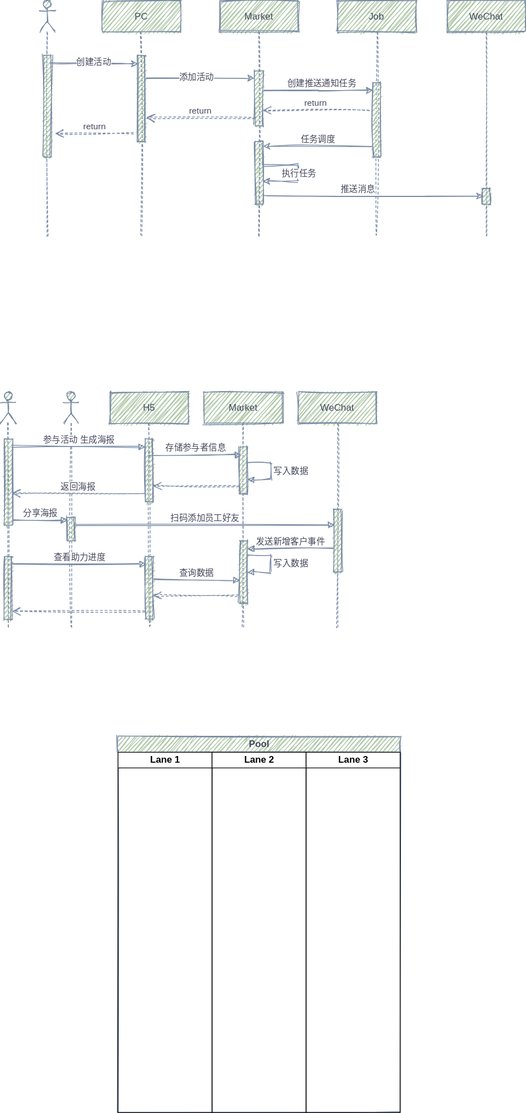
jingwux/diagrams keeps this draw.io diagram as Fission Activity.svg. Above is the earlier version. Source tidied: cells renumbered, new cells last; positions are measured from the earlier drawing's top-left corner, leaving out a move shared by most shapes.
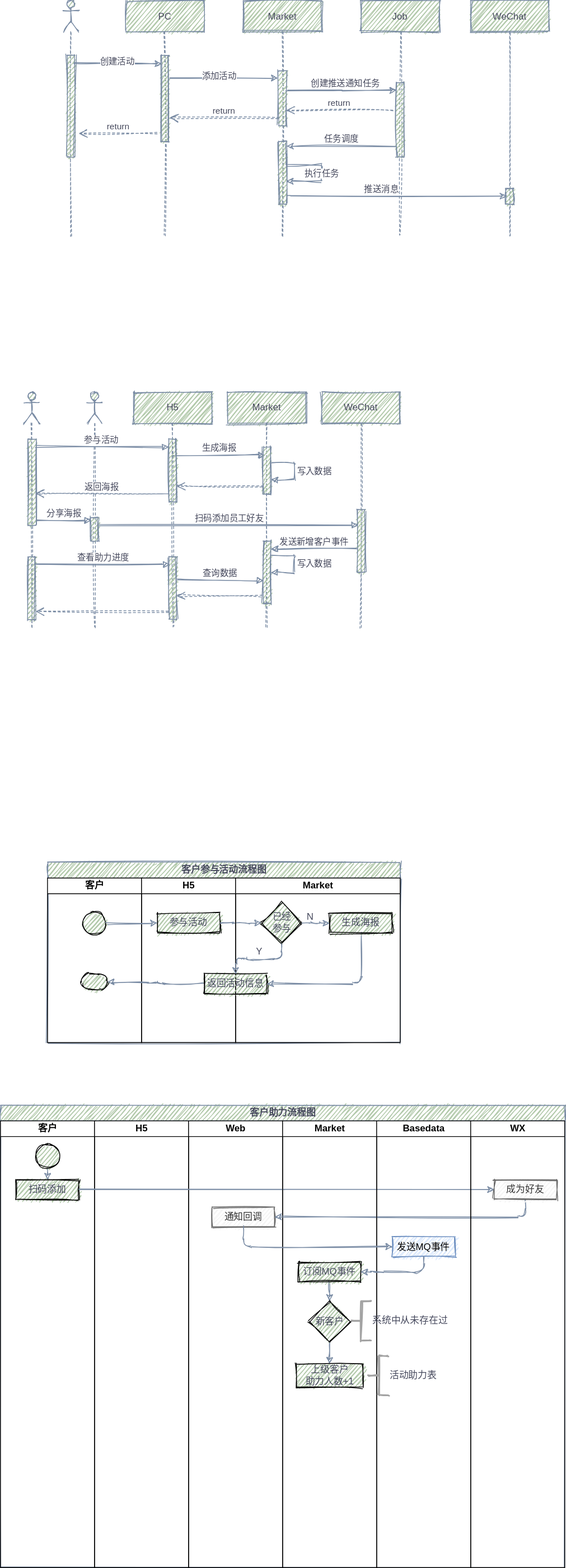
The same file after the commit.

Diff of the diagram source:
```diff
@@ -133,7 +133,7 @@
     <mxCell id="34" style="html=1;perimeter=orthogonalPerimeter;fillColor=#B2C9AB;strokeColor=#788AA3;fontColor=#46495D;sketch=1;" parent="33" vertex="1">
       <mxGeometry x="5" y="210" width="10" height="80" as="geometry" />
     </mxCell>
-    <mxCell id="35" value="存储参与者信息" style="html=1;verticalAlign=bottom;endArrow=block;entryX=0.476;entryY=0.268;entryDx=0;entryDy=0;entryPerimeter=0;strokeColor=#788AA3;fontColor=#46495D;sketch=1;" parent="1" edge="1" target="31">
+    <mxCell id="35" value="生成海报" style="html=1;verticalAlign=bottom;endArrow=block;entryX=0.476;entryY=0.268;entryDx=0;entryDy=0;entryPerimeter=0;strokeColor=#788AA3;fontColor=#46495D;sketch=1;" parent="1" edge="1" target="31">
       <mxGeometry relative="1" as="geometry">
         <mxPoint x="190" y="580" as="sourcePoint" />
       </mxGeometry>
@@ -168,7 +168,7 @@
     <mxCell id="42" value="分享海报" style="html=1;verticalAlign=bottom;endArrow=block;exitX=1.086;exitY=0.944;exitDx=0;exitDy=0;exitPerimeter=0;entryX=0.086;entryY=0.115;entryDx=0;entryDy=0;entryPerimeter=0;strokeColor=#788AA3;fontColor=#46495D;sketch=1;" parent="1" edge="1" source="40" target="28">
       <mxGeometry relative="1" as="geometry" />
     </mxCell>
-    <mxCell id="43" value="参与活动 生成海报" style="html=1;verticalAlign=bottom;endArrow=block;entryX=-0.014;entryY=0.127;entryDx=0;entryDy=0;entryPerimeter=0;exitX=0.99;exitY=0.088;exitDx=0;exitDy=0;exitPerimeter=0;strokeColor=#788AA3;fontColor=#46495D;sketch=1;" parent="1" edge="1" source="40" target="38">
+    <mxCell id="43" value="参与活动&amp;nbsp;" style="html=1;verticalAlign=bottom;endArrow=block;entryX=-0.014;entryY=0.127;entryDx=0;entryDy=0;entryPerimeter=0;exitX=0.99;exitY=0.088;exitDx=0;exitDy=0;exitPerimeter=0;strokeColor=#788AA3;fontColor=#46495D;sketch=1;" parent="1" edge="1" source="40" target="38">
       <mxGeometry relative="1" as="geometry" />
     </mxCell>
     <mxCell id="44" style="html=1;points=[];perimeter=orthogonalPerimeter;fillColor=#B2C9AB;strokeColor=#788AA3;fontColor=#46495D;sketch=1;" parent="1" vertex="1">
@@ -217,17 +217,131 @@
         <mxPoint x="15" y="780" as="targetPoint" />
       </mxGeometry>
     </mxCell>
-    <mxCell id="53" value="Pool" style="swimlane;html=1;startSize=20;rounded=0;sketch=1;fontColor=#46495D;strokeColor=#788AA3;fillColor=#B2C9AB;" parent="1" vertex="1">
-      <mxGeometry x="150" y="940" width="360" height="480" as="geometry" />
+    <mxCell id="53" value="客户参与活动流程图" style="swimlane;html=1;startSize=20;rounded=0;sketch=1;fontColor=#46495D;strokeColor=#788AA3;fillColor=#B2C9AB;" parent="1" vertex="1">
+      <mxGeometry x="30" y="1100" width="450" height="230" as="geometry" />
     </mxCell>
-    <mxCell id="54" value="Lane 1" style="swimlane;html=1;startSize=20;" parent="53" vertex="1">
-      <mxGeometry y="20" width="120" height="460" as="geometry" />
+    <mxCell id="54" value="客户" style="swimlane;html=1;startSize=20;" parent="53" vertex="1">
+      <mxGeometry y="20" width="120" height="210" as="geometry" />
     </mxCell>
-    <mxCell id="55" value="Lane 2" style="swimlane;html=1;startSize=20;" parent="53" vertex="1">
-      <mxGeometry x="120" y="20" width="120" height="460" as="geometry" />
-    </mxCell>
+    <mxCell id="57" style="strokeWidth=1;html=1;shape=mxgraph.flowchart.start_2;whiteSpace=wrap;rounded=0;sketch=1;fontColor=#46495D;fillColor=#B2C9AB;" parent="54" vertex="1">
+      <mxGeometry x="45" y="42.5" width="30" height="30" as="geometry" />
+    </mxCell>
+    <mxCell id="58" style="strokeWidth=1;html=1;shape=mxgraph.flowchart.terminator;whiteSpace=wrap;rounded=0;sketch=1;fontColor=#46495D;fillColor=#B2C9AB;" parent="54" vertex="1">
+      <mxGeometry x="43.3" y="122.5" width="33.3" height="20" as="geometry" />
+    </mxCell>
-    <mxCell id="56" value="Lane 3" style="swimlane;html=1;startSize=20;" parent="53" vertex="1">
-      <mxGeometry x="240" y="20" width="120" height="460" as="geometry" />
+    <mxCell id="56" value="H5" style="swimlane;html=1;startSize=20;" parent="53" vertex="1">
+      <mxGeometry x="120" y="20" width="120" height="210" as="geometry" />
     </mxCell>
+    <mxCell id="59" value="参与活动" style="whiteSpace=wrap;html=1;rounded=0;fontColor=#46495D;strokeWidth=1;fillColor=#B2C9AB;sketch=1;" parent="56" vertex="1">
+      <mxGeometry x="20" y="45" width="80" height="25" as="geometry" />
+    </mxCell>
+    <mxCell id="60" style="edgeStyle=orthogonalEdgeStyle;curved=0;rounded=1;sketch=1;jettySize=auto;html=1;fontColor=#46495D;strokeColor=#788AA3;fillColor=#B2C9AB;" parent="53" edge="1" source="57" target="59">
+      <mxGeometry relative="1" as="geometry" />
+    </mxCell>
+    <mxCell id="61" style="edgeStyle=orthogonalEdgeStyle;curved=0;rounded=1;sketch=1;jettySize=auto;html=1;fontColor=#46495D;strokeColor=#788AA3;fillColor=#B2C9AB;" parent="53" edge="1" source="59" target="64">
+      <mxGeometry relative="1" as="geometry" />
+    </mxCell>
+    <mxCell id="62" style="edgeStyle=orthogonalEdgeStyle;curved=0;rounded=1;sketch=1;jettySize=auto;html=1;exitX=0;exitY=0.5;exitDx=0;exitDy=0;entryX=1;entryY=0.5;entryDx=0;entryDy=0;entryPerimeter=0;fontColor=#46495D;strokeColor=#788AA3;fillColor=#B2C9AB;" parent="53" edge="1" source="65" target="58">
+      <mxGeometry relative="1" as="geometry" />
+    </mxCell>
+    <mxCell id="63" value="Market" style="swimlane;html=1;startSize=20;" parent="53" vertex="1">
+      <mxGeometry x="240" y="20" width="210" height="210" as="geometry" />
+    </mxCell>
+    <mxCell id="64" value="已经&lt;br&gt;参与" style="rhombus;whiteSpace=wrap;html=1;rounded=0;fontColor=#46495D;strokeWidth=1;fillColor=#B2C9AB;sketch=1;" parent="63" vertex="1">
+      <mxGeometry x="32.5" y="31.2" width="52.5" height="52.5" as="geometry" />
+    </mxCell>
+    <mxCell id="65" value="返回活动信息" style="whiteSpace=wrap;html=1;rounded=0;fontColor=#46495D;strokeWidth=1;fillColor=#B2C9AB;sketch=1;" parent="63" vertex="1">
+      <mxGeometry x="-40" y="122.5" width="80" height="25" as="geometry" />
+    </mxCell>
+    <mxCell id="66" style="edgeStyle=orthogonalEdgeStyle;curved=0;rounded=1;sketch=1;jettySize=auto;html=1;exitX=0.5;exitY=1;exitDx=0;exitDy=0;entryX=1;entryY=0.5;entryDx=0;entryDy=0;fontColor=#46495D;strokeColor=#788AA3;fillColor=#B2C9AB;" parent="63" edge="1" source="67" target="65">
+      <mxGeometry relative="1" as="geometry" />
+    </mxCell>
+    <mxCell id="67" value="生成海报" style="whiteSpace=wrap;html=1;rounded=0;fontColor=#46495D;strokeWidth=1;fillColor=#B2C9AB;sketch=1;" parent="63" vertex="1">
+      <mxGeometry x="120" y="45" width="80" height="25" as="geometry" />
+    </mxCell>
+    <mxCell id="68" style="edgeStyle=orthogonalEdgeStyle;curved=0;rounded=1;sketch=1;jettySize=auto;html=1;fontColor=#46495D;strokeColor=#788AA3;fillColor=#B2C9AB;entryX=0;entryY=0.5;entryDx=0;entryDy=0;" parent="63" edge="1" source="64" target="67">
+      <mxGeometry relative="1" as="geometry" />
+    </mxCell>
+    <mxCell id="69" style="edgeStyle=orthogonalEdgeStyle;curved=0;rounded=1;sketch=1;jettySize=auto;html=1;fontColor=#46495D;strokeColor=#788AA3;fillColor=#B2C9AB;entryX=0.5;entryY=0;entryDx=0;entryDy=0;" parent="63" edge="1" source="64" target="65">
+      <mxGeometry relative="1" as="geometry" />
+    </mxCell>
+    <mxCell id="70" value="Y" style="text;html=1;align=center;verticalAlign=middle;strokeColor=none;fontColor=#46495D;" parent="63" vertex="1">
+      <mxGeometry x="20" y="83.8" width="20" height="20" as="geometry" />
+    </mxCell>
+    <mxCell id="71" value="N" style="text;html=1;align=center;verticalAlign=middle;strokeColor=none;fontColor=#46495D;" parent="63" vertex="1">
+      <mxGeometry x="85" y="40" width="20" height="20" as="geometry" />
+    </mxCell>
+    <mxCell id="72" value="客户助力流程图" style="swimlane;html=1;startSize=20;rounded=0;sketch=1;fontColor=#46495D;strokeColor=#788AA3;strokeWidth=1;fillColor=#B2C9AB;" parent="1" vertex="1">
+      <mxGeometry x="-30" y="1410" width="720" height="590" as="geometry" />
+    </mxCell>
+    <mxCell id="73" value="客户" style="swimlane;html=1;startSize=20;" parent="72" vertex="1">
+      <mxGeometry y="20" width="120" height="570" as="geometry" />
+    </mxCell>
+    <mxCell id="74" style="edgeStyle=orthogonalEdgeStyle;curved=0;rounded=1;sketch=1;jettySize=auto;html=1;exitX=0.5;exitY=1;exitDx=0;exitDy=0;exitPerimeter=0;entryX=0.5;entryY=0;entryDx=0;entryDy=0;fontColor=#46495D;strokeColor=#788AA3;fillColor=#B2C9AB;" parent="73" edge="1" source="75" target="76">
+      <mxGeometry relative="1" as="geometry" />
+    </mxCell>
+    <mxCell id="75" style="strokeWidth=1;html=1;shape=mxgraph.flowchart.start_2;whiteSpace=wrap;rounded=0;sketch=1;fontColor=#46495D;fillColor=#B2C9AB;" parent="73" vertex="1">
+      <mxGeometry x="45" y="30" width="30" height="30" as="geometry" />
+    </mxCell>
+    <mxCell id="76" value="扫码添加" style="whiteSpace=wrap;html=1;rounded=0;fontColor=#46495D;strokeWidth=1;fillColor=#B2C9AB;sketch=1;" parent="73" vertex="1">
+      <mxGeometry x="20" y="75" width="80" height="25" as="geometry" />
+    </mxCell>
+    <mxCell id="77" value="H5" style="swimlane;html=1;startSize=20;" parent="72" vertex="1">
+      <mxGeometry x="120" y="20" width="120" height="570" as="geometry" />
+    </mxCell>
+    <mxCell id="78" value="Web" style="swimlane;html=1;startSize=20;" parent="72" vertex="1">
+      <mxGeometry x="240" y="20" width="120" height="570" as="geometry" />
+    </mxCell>
+    <mxCell id="79" value="通知回调" style="whiteSpace=wrap;html=1;rounded=0;fontColor=#333333;strokeWidth=1;fillColor=#f5f5f5;sketch=1;strokeColor=#666666;" parent="78" vertex="1">
+      <mxGeometry x="30" y="110" width="80" height="25" as="geometry" />
+    </mxCell>
+    <mxCell id="80" style="edgeStyle=orthogonalEdgeStyle;curved=0;rounded=1;sketch=1;jettySize=auto;html=1;exitX=1;exitY=0.5;exitDx=0;exitDy=0;entryX=0;entryY=0.5;entryDx=0;entryDy=0;fontColor=#46495D;strokeColor=#788AA3;fillColor=#B2C9AB;" parent="72" edge="1" source="76" target="92">
+      <mxGeometry relative="1" as="geometry" />
+    </mxCell>
+    <mxCell id="81" value="Market" style="swimlane;html=1;startSize=20;" parent="72" vertex="1">
+      <mxGeometry x="360" y="20" width="120" height="570" as="geometry" />
+    </mxCell>
+    <mxCell id="82" style="edgeStyle=orthogonalEdgeStyle;curved=0;rounded=1;sketch=1;jettySize=auto;html=1;exitX=0.5;exitY=1;exitDx=0;exitDy=0;entryX=0.5;entryY=0;entryDx=0;entryDy=0;fontColor=#46495D;strokeColor=#788AA3;fillColor=#B2C9AB;" parent="81" edge="1" source="83" target="85">
+      <mxGeometry relative="1" as="geometry" />
+    </mxCell>
+    <mxCell id="83" value="订阅MQ事件" style="whiteSpace=wrap;html=1;rounded=0;fontColor=#46495D;strokeWidth=1;fillColor=#B2C9AB;sketch=1;" parent="81" vertex="1">
+      <mxGeometry x="20" y="180" width="80" height="25" as="geometry" />
+    </mxCell>
+    <mxCell id="84" style="edgeStyle=orthogonalEdgeStyle;curved=0;rounded=1;sketch=1;jettySize=auto;html=1;exitX=0.5;exitY=1;exitDx=0;exitDy=0;entryX=0.5;entryY=0;entryDx=0;entryDy=0;fontColor=#46495D;strokeColor=#788AA3;fillColor=#B2C9AB;" parent="81" edge="1" source="85" target="86">
+      <mxGeometry relative="1" as="geometry" />
+    </mxCell>
+    <mxCell id="85" value="新客户" style="rhombus;whiteSpace=wrap;html=1;rounded=0;fontColor=#46495D;strokeWidth=1;fillColor=#B2C9AB;sketch=1;" parent="81" vertex="1">
+      <mxGeometry x="33.8" y="230" width="52.5" height="52.5" as="geometry" />
+    </mxCell>
+    <mxCell id="86" value="上级客户&lt;br&gt;助力人数+1" style="whiteSpace=wrap;html=1;rounded=0;fontColor=#46495D;strokeWidth=1;fillColor=#B2C9AB;sketch=1;" parent="81" vertex="1">
+      <mxGeometry x="17.5" y="310" width="85" height="30" as="geometry" />
+    </mxCell>
+    <mxCell id="87" style="edgeStyle=orthogonalEdgeStyle;curved=0;rounded=1;sketch=1;jettySize=auto;html=1;exitX=0.5;exitY=1;exitDx=0;exitDy=0;entryX=1;entryY=0.5;entryDx=0;entryDy=0;fontColor=#46495D;strokeColor=#788AA3;fillColor=#B2C9AB;" parent="72" edge="1" source="92" target="79">
+      <mxGeometry relative="1" as="geometry" />
+    </mxCell>
+    <mxCell id="88" value="Basedata" style="swimlane;html=1;startSize=20;" parent="72" vertex="1">
+      <mxGeometry x="480" y="20" width="120" height="570" as="geometry" />
+    </mxCell>
+    <mxCell id="89" value="发送MQ事件" style="whiteSpace=wrap;html=1;rounded=0;strokeWidth=1;sketch=1;fillColor=#dae8fc;strokeColor=#6c8ebf;" parent="88" vertex="1">
+      <mxGeometry x="20" y="148" width="80" height="25" as="geometry" />
+    </mxCell>
+    <mxCell id="90" value="系统中从未存在过&lt;br&gt;" style="strokeWidth=2;html=1;shape=mxgraph.flowchart.annotation_2;align=left;labelPosition=right;rounded=0;sketch=1;fontColor=#46495D;fillColor=#B2C9AB;strokeColor=#A3A3A3;" parent="88" vertex="1">
+      <mxGeometry x="-32.5" y="230" width="25" height="50" as="geometry" />
+    </mxCell>
+    <mxCell id="91" value="WX" style="swimlane;html=1;startSize=20;" parent="72" vertex="1">
+      <mxGeometry x="600" y="20" width="120" height="570" as="geometry" />
+    </mxCell>
+    <mxCell id="92" value="成为好友" style="whiteSpace=wrap;html=1;rounded=0;fontColor=#333333;strokeWidth=1;fillColor=#f5f5f5;sketch=1;strokeColor=#666666;" parent="91" vertex="1">
+      <mxGeometry x="30" y="75" width="80" height="25" as="geometry" />
+    </mxCell>
+    <mxCell id="93" style="edgeStyle=orthogonalEdgeStyle;curved=0;rounded=1;sketch=1;jettySize=auto;html=1;exitX=0.5;exitY=1;exitDx=0;exitDy=0;entryX=0;entryY=0.5;entryDx=0;entryDy=0;fontColor=#46495D;strokeColor=#788AA3;fillColor=#B2C9AB;" parent="72" edge="1" source="79" target="89">
+      <mxGeometry relative="1" as="geometry" />
+    </mxCell>
+    <mxCell id="94" style="edgeStyle=orthogonalEdgeStyle;curved=0;rounded=1;sketch=1;jettySize=auto;html=1;exitX=0.5;exitY=1;exitDx=0;exitDy=0;entryX=1;entryY=0.5;entryDx=0;entryDy=0;fontColor=#46495D;strokeColor=#788AA3;fillColor=#B2C9AB;" parent="72" edge="1" source="89" target="83">
+      <mxGeometry relative="1" as="geometry" />
+    </mxCell>
+    <mxCell id="95" value="活动助力表" style="strokeWidth=2;html=1;shape=mxgraph.flowchart.annotation_2;align=left;labelPosition=right;rounded=0;sketch=1;fontColor=#46495D;fillColor=#B2C9AB;strokeColor=#A3A3A3;" parent="1" vertex="1">
+      <mxGeometry x="440" y="1730" width="25" height="50" as="geometry" />
+    </mxCell>
   </root>
 </mxGraphModel>
```
